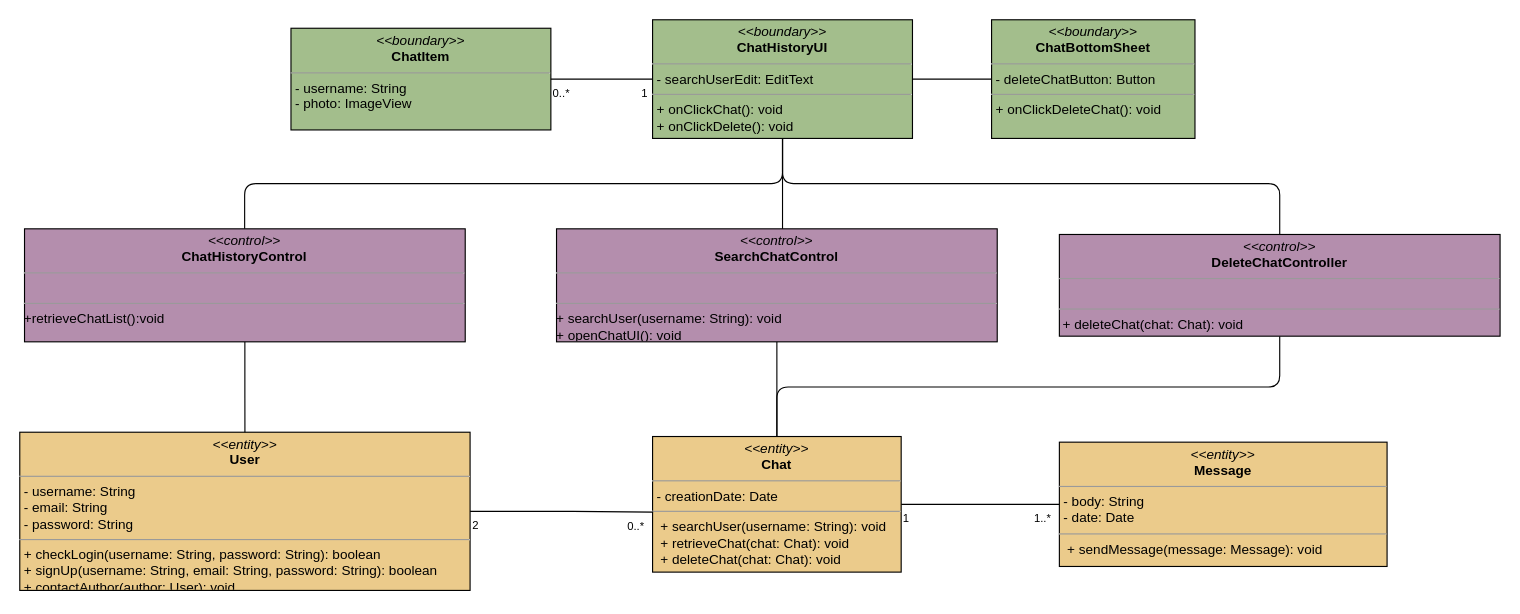
Above: page "Ricerca destinatario + Visualizza storico chat" (3 of 10) of docs/ECB.drawio in archer-65/natour-2122 (draw.io), before the change. Source tidied: cells renumbered, new cells numbered last; positions are measured from the earlier drawing's top-left corner, leaving out a move shared by most shapes. Both pictures are drawn from the tidied source at 113%, with x=0, y=0 at pixel (19, 19).
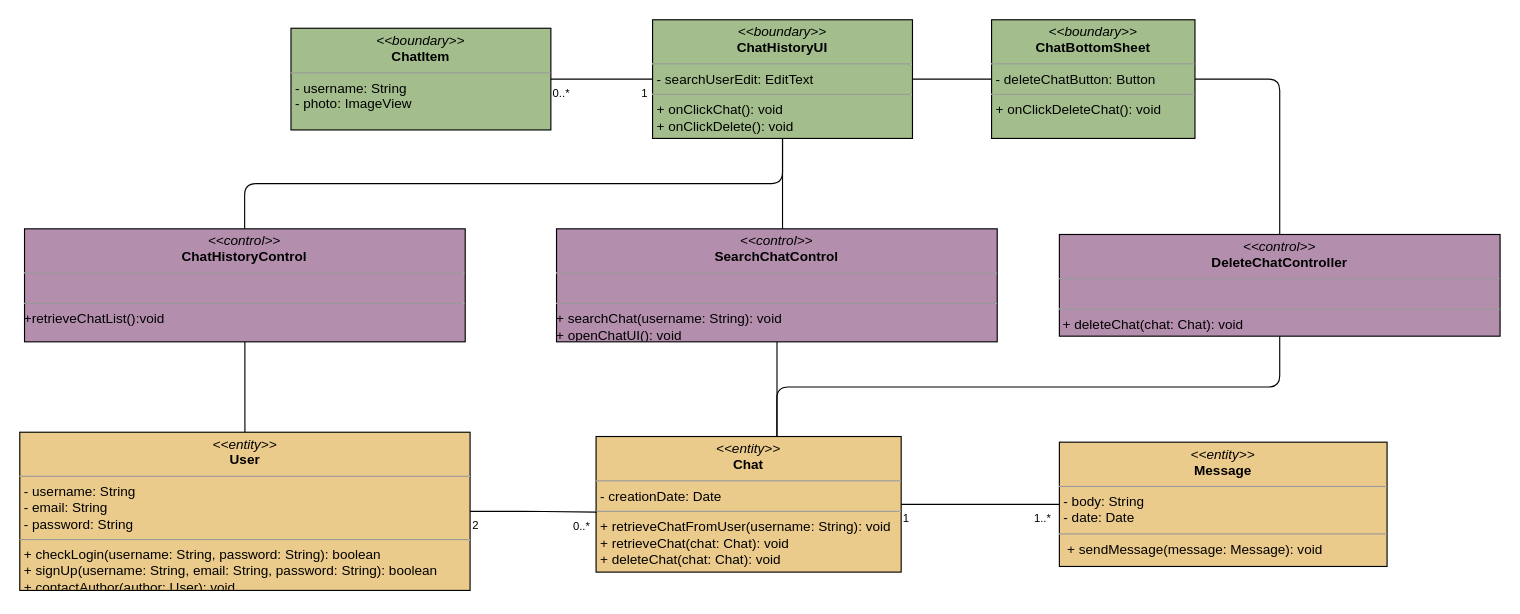
The same page after the edit.

The change refers to these unchanged cells:
```xml
<mxCell id="11" value="&lt;p style=&quot;margin: 0px ; margin-top: 4px ; text-align: center&quot;&gt;&lt;i&gt;&amp;lt;&amp;lt;boundary&amp;gt;&amp;gt;&lt;/i&gt;&lt;br&gt;&lt;b&gt;ChatHistoryUI&lt;/b&gt;&lt;/p&gt;&lt;hr size=&quot;1&quot;&gt;&lt;p style=&quot;margin: 0px ; margin-left: 4px&quot;&gt;- searchUserEdit: EditText&lt;br&gt;&lt;/p&gt;&lt;hr size=&quot;1&quot;&gt;&lt;p style=&quot;margin: 0px 0px 0px 4px&quot;&gt;+ onClickChat(): void&lt;/p&gt;&lt;p style=&quot;margin: 0px 0px 0px 4px&quot;&gt;&lt;span&gt;+ onClickDelete(): void&lt;/span&gt;&lt;br&gt;&lt;/p&gt;" style="verticalAlign=top;align=left;overflow=fill;fontSize=12;fontFamily=Helvetica;html=1;fillColor=#A3BE8C;" parent="1" vertex="1">
  <mxGeometry x="560" width="230" height="105" as="geometry" />
</mxCell>
<mxCell id="13" value="&lt;p style=&quot;margin: 0px ; margin-top: 4px ; text-align: center&quot;&gt;&lt;i&gt;&amp;lt;&amp;lt;boundary&amp;gt;&amp;gt;&lt;/i&gt;&lt;br&gt;&lt;b&gt;ChatBottomSheet&lt;/b&gt;&lt;/p&gt;&lt;hr size=&quot;1&quot;&gt;&lt;p style=&quot;margin: 0px ; margin-left: 4px&quot;&gt;- deleteChatButton: Button&lt;br&gt;&lt;/p&gt;&lt;hr size=&quot;1&quot;&gt;&lt;p style=&quot;margin: 0px 0px 0px 4px&quot;&gt;+ onClickDeleteChat(): void&lt;/p&gt;" style="verticalAlign=top;align=left;overflow=fill;fontSize=12;fontFamily=Helvetica;html=1;fillColor=#A3BE8C;" parent="1" vertex="1">
  <mxGeometry x="860" width="180" height="105" as="geometry" />
</mxCell>
<mxCell id="26" value="&lt;p style=&quot;margin: 0px ; margin-top: 4px ; text-align: center&quot;&gt;&lt;i&gt;&amp;lt;&amp;lt;control&amp;gt;&amp;gt;&lt;/i&gt;&lt;br&gt;&lt;b&gt;DeleteChatController&lt;/b&gt;&lt;/p&gt;&lt;hr size=&quot;1&quot;&gt;&lt;p style=&quot;margin: 0px ; margin-left: 4px&quot;&gt;&lt;br&gt;&lt;/p&gt;&lt;hr size=&quot;1&quot;&gt;&lt;p style=&quot;margin: 0px ; margin-left: 4px&quot;&gt;&lt;/p&gt;&lt;span&gt;&amp;nbsp;+ deleteChat(chat: Chat): void&lt;br&gt;&lt;/span&gt;" style="verticalAlign=top;align=left;overflow=fill;fontSize=12;fontFamily=Helvetica;html=1;fillColor=#B48EAD;" parent="1" vertex="1">
  <mxGeometry x="920" y="190" width="390" height="90" as="geometry" />
</mxCell>
```

What changed in the source:
```diff
@@
-    <mxCell id="2" style="edgeStyle=orthogonalEdgeStyle;html=1;endArrow=none;endFill=0;exitX=0.5;exitY=1;exitDx=0;exitDy=0;entryX=0.5;entryY=0;entryDx=0;entryDy=0;" parent="1" edge="1" source="3" target="18">
+    <mxCell id="2" style="edgeStyle=orthogonalEdgeStyle;html=1;endArrow=none;endFill=0;exitX=0.5;exitY=1;exitDx=0;exitDy=0;entryX=0.593;entryY=-0.004;entryDx=0;entryDy=0;entryPerimeter=0;" parent="1" edge="1" source="3" target="18">
       <mxGeometry relative="1" as="geometry">
         <Array as="points">
-          <mxPoint x="670" y="335" />
-          <mxPoint x="670" y="335" />
+          <mxPoint x="670" y="368" />
         </Array>
       </mxGeometry>
     </mxCell>
-    <mxCell id="3" value="&lt;p style=&quot;margin: 0px ; margin-top: 4px ; text-align: center&quot;&gt;&lt;i&gt;&amp;lt;&amp;lt;control&amp;gt;&amp;gt;&lt;/i&gt;&lt;br&gt;&lt;b&gt;SearchChatControl&lt;/b&gt;&lt;/p&gt;&lt;hr size=&quot;1&quot;&gt;&lt;p style=&quot;margin: 0px ; margin-left: 4px&quot;&gt;&lt;br&gt;&lt;/p&gt;&lt;hr size=&quot;1&quot;&gt;&lt;p style=&quot;margin: 0px ; margin-left: 4px&quot;&gt;&lt;/p&gt;+ searchUser(username: String): void&lt;br&gt;+ openChatUI(): void&amp;nbsp;&lt;br&gt;&amp;nbsp;&lt;span&gt;&lt;br&gt;&lt;/span&gt;" style="verticalAlign=top;align=left;overflow=fill;fontSize=12;fontFamily=Helvetica;html=1;fillColor=#B48EAD;" parent="1" vertex="1">
+    <mxCell id="3" value="&lt;p style=&quot;margin: 0px ; margin-top: 4px ; text-align: center&quot;&gt;&lt;i&gt;&amp;lt;&amp;lt;control&amp;gt;&amp;gt;&lt;/i&gt;&lt;br&gt;&lt;b&gt;SearchChatControl&lt;/b&gt;&lt;/p&gt;&lt;hr size=&quot;1&quot;&gt;&lt;p style=&quot;margin: 0px ; margin-left: 4px&quot;&gt;&lt;br&gt;&lt;/p&gt;&lt;hr size=&quot;1&quot;&gt;&lt;p style=&quot;margin: 0px ; margin-left: 4px&quot;&gt;&lt;/p&gt;+ searchChat(username: String): void&lt;br&gt;+ openChatUI(): void&amp;nbsp;&lt;br&gt;&amp;nbsp;&lt;span&gt;&lt;br&gt;&lt;/span&gt;" style="verticalAlign=top;align=left;overflow=fill;fontSize=12;fontFamily=Helvetica;html=1;fillColor=#B48EAD;" parent="1" vertex="1">
       <mxGeometry x="475" y="185" width="390" height="100" as="geometry" />
     </mxCell>
@@
-    <mxCell id="10" style="edgeStyle=orthogonalEdgeStyle;rounded=1;html=1;entryX=0.5;entryY=0;entryDx=0;entryDy=0;endArrow=none;endFill=0;exitX=0.5;exitY=1;exitDx=0;exitDy=0;" parent="1" edge="1" source="11" target="26">
+    <mxCell id="10" style="edgeStyle=orthogonalEdgeStyle;rounded=1;html=1;entryX=0.5;entryY=0;entryDx=0;entryDy=0;endArrow=none;endFill=0;exitX=1;exitY=0.5;exitDx=0;exitDy=0;" parent="1" edge="1" source="13" target="26">
       <mxGeometry relative="1" as="geometry">
         <Array as="points">
-          <mxPoint x="675" y="145" />
-          <mxPoint x="1115" y="145" />
+          <mxPoint x="1115" y="53" />
         </Array>
       </mxGeometry>
     </mxCell>
@@
-    <mxCell id="18" value="&lt;p style=&quot;margin: 0px ; margin-top: 4px ; text-align: center&quot;&gt;&lt;i&gt;&amp;lt;&amp;lt;entity&amp;gt;&amp;gt;&lt;/i&gt;&lt;br&gt;&lt;b&gt;Chat&lt;/b&gt;&lt;/p&gt;&lt;hr size=&quot;1&quot;&gt;&lt;p style=&quot;margin: 0px ; margin-left: 4px&quot;&gt;&lt;span&gt;- creationDate: Date&lt;/span&gt;&lt;br&gt;&lt;/p&gt;&lt;hr size=&quot;1&quot;&gt;&lt;p style=&quot;margin: 0px ; margin-left: 4px&quot;&gt;&amp;nbsp;+ searchUser(username: String): void&lt;/p&gt;&lt;p style=&quot;margin: 0px ; margin-left: 4px&quot;&gt;&amp;nbsp;+ retrieveChat(chat: Chat): void&lt;br&gt;&amp;nbsp;+ deleteChat(chat: Chat): void&lt;br&gt;&lt;/p&gt;" style="verticalAlign=top;align=left;overflow=fill;fontSize=12;fontFamily=Helvetica;html=1;fillColor=#EBCB8B;" parent="1" vertex="1">
-      <mxGeometry x="560" y="368.8" width="220" height="120" as="geometry" />
+    <mxCell id="18" value="&lt;p style=&quot;margin: 0px ; margin-top: 4px ; text-align: center&quot;&gt;&lt;i&gt;&amp;lt;&amp;lt;entity&amp;gt;&amp;gt;&lt;/i&gt;&lt;br&gt;&lt;b&gt;Chat&lt;/b&gt;&lt;/p&gt;&lt;hr size=&quot;1&quot;&gt;&lt;p style=&quot;margin: 0px ; margin-left: 4px&quot;&gt;&lt;span&gt;- creationDate: Date&lt;/span&gt;&lt;br&gt;&lt;/p&gt;&lt;hr size=&quot;1&quot;&gt;&lt;p style=&quot;margin: 0px ; margin-left: 4px&quot;&gt;+ retrieveChatFromUser(username: String): void&lt;/p&gt;&lt;p style=&quot;margin: 0px ; margin-left: 4px&quot;&gt;+ retrieveChat(chat: Chat): void&lt;br&gt;+ deleteChat(chat: Chat): void&lt;br&gt;&lt;/p&gt;" style="verticalAlign=top;align=left;overflow=fill;fontSize=12;fontFamily=Helvetica;html=1;fillColor=#EBCB8B;" parent="1" vertex="1">
+      <mxGeometry x="510" y="368.8" width="270" height="120" as="geometry" />
     </mxCell>
@@
-    <mxCell id="25" style="edgeStyle=orthogonalEdgeStyle;rounded=1;html=1;entryX=0.5;entryY=0;entryDx=0;entryDy=0;endArrow=none;endFill=0;exitX=0.5;exitY=1;exitDx=0;exitDy=0;" parent="1" edge="1" source="26" target="18">
+    <mxCell id="25" style="edgeStyle=orthogonalEdgeStyle;rounded=1;html=1;endArrow=none;endFill=0;exitX=0.5;exitY=1;exitDx=0;exitDy=0;" parent="1" edge="1" source="26">
       <mxGeometry relative="1" as="geometry">
+        <mxPoint x="670" y="369" as="targetPoint" />
         <Array as="points">
           <mxPoint x="1115" y="325" />
           <mxPoint x="670" y="325" />
+          <mxPoint x="670" y="365" />
+          <mxPoint x="670" y="365" />
         </Array>
       </mxGeometry>
     </mxCell>
```
